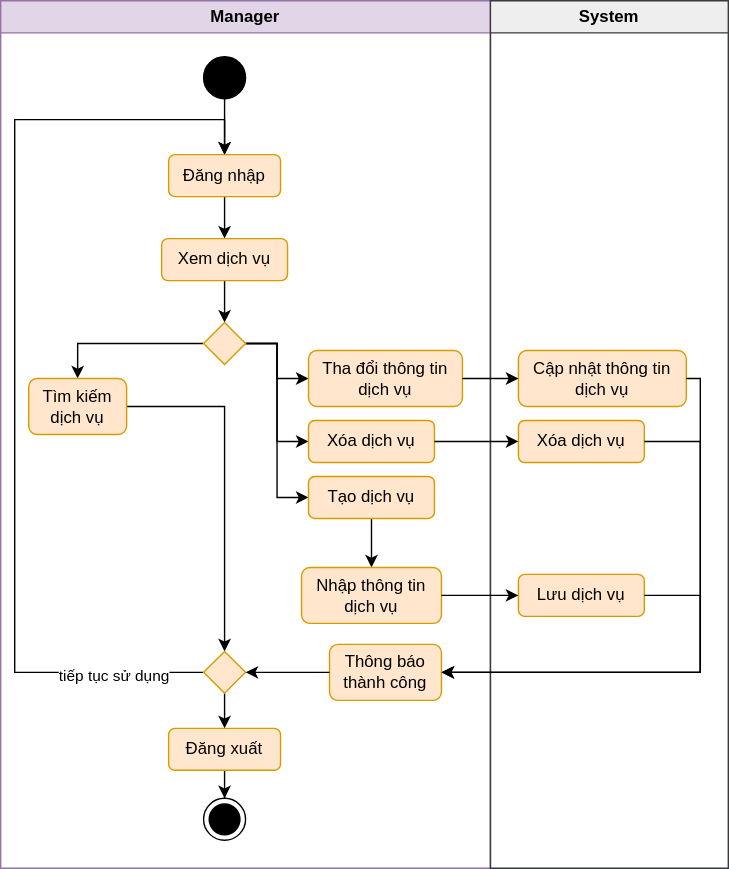
Earlier version of the draw.io export docs/attachments/quy-trinh-quan-ly-dich-vu.svg (tozydev/virgo-14). Source tidied: cells renumbered, new cells last; positions are measured from the earlier drawing's top-left corner, leaving out a move shared by most shapes.
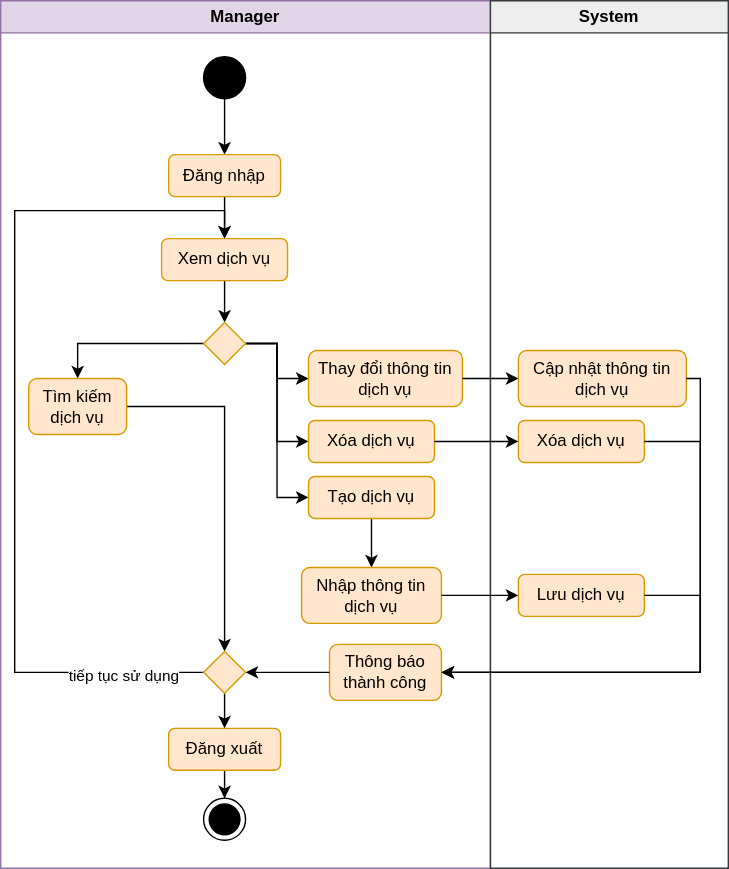
The same diagram one commit later.

Commit message:
docs: fix diagram typo

The edit, as a diff of the source:
```diff
@@ -53,7 +53,7 @@
     <mxCell id="18" value="Tìm kiếm&lt;div&gt;dịch vụ&lt;/div&gt;" style="rounded=1;whiteSpace=wrap;html=1;fillColor=#ffe6cc;strokeColor=#d79b00;" parent="2" vertex="1">
       <mxGeometry x="20" y="270" width="70" height="40" as="geometry" />
     </mxCell>
-    <mxCell id="19" value="Tha đổi thông tin&lt;div&gt;dịch vụ&lt;/div&gt;" style="rounded=1;whiteSpace=wrap;html=1;fillColor=#ffe6cc;strokeColor=#d79b00;" parent="2" vertex="1">
+    <mxCell id="19" value="Thay đổi thông tin&lt;div&gt;dịch vụ&lt;/div&gt;" style="rounded=1;whiteSpace=wrap;html=1;fillColor=#ffe6cc;strokeColor=#d79b00;" parent="2" vertex="1">
       <mxGeometry x="220" y="250" width="110" height="40" as="geometry" />
     </mxCell>
     <mxCell id="20" value="Xóa dịch vụ" style="rounded=1;whiteSpace=wrap;html=1;fillColor=#ffe6cc;strokeColor=#d79b00;" parent="2" vertex="1">
@@ -65,12 +65,12 @@
     <mxCell id="22" value="Đăng xuất" style="rounded=1;whiteSpace=wrap;html=1;fillColor=#ffe6cc;strokeColor=#d79b00;" parent="2" vertex="1">
       <mxGeometry x="120" y="520" width="80" height="30" as="geometry" />
     </mxCell>
-    <mxCell id="23" style="edgeStyle=orthogonalEdgeStyle;rounded=0;jettySize=auto;html=1;entryX=0.5;entryY=0;entryDx=0;entryDy=0;exitX=0;exitY=0.5;exitDx=0;exitDy=0;" parent="2" edge="1" source="26" target="6">
+    <mxCell id="23" style="edgeStyle=orthogonalEdgeStyle;rounded=0;jettySize=auto;html=1;entryX=0.5;entryY=0;entryDx=0;entryDy=0;exitX=0;exitY=0.5;exitDx=0;exitDy=0;" parent="2" edge="1" source="26" target="8">
       <mxGeometry relative="1" as="geometry">
         <Array as="points">
           <mxPoint x="10" y="480" />
-          <mxPoint x="10" y="85" />
-          <mxPoint x="160" y="85" />
+          <mxPoint x="10" y="150" />
+          <mxPoint x="160" y="150" />
         </Array>
       </mxGeometry>
     </mxCell>
```
